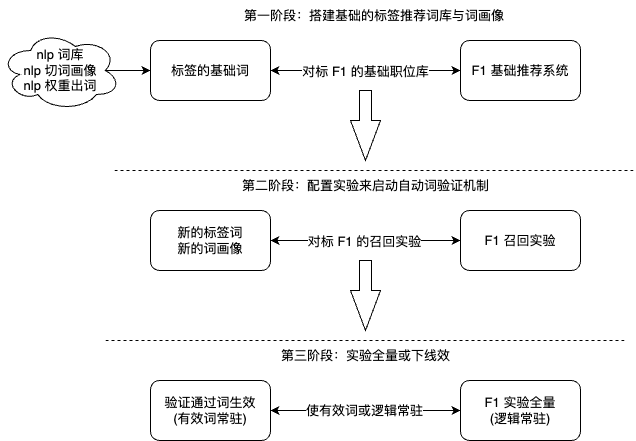
liujunao/draw-data keeps this draw.io diagram as work-draw-file/标签词分流方案.png. Above is the earlier version. Source tidied: cells renumbered, new cells last; positions are measured from the earlier drawing's top-left corner, leaving out a move shared by most shapes.
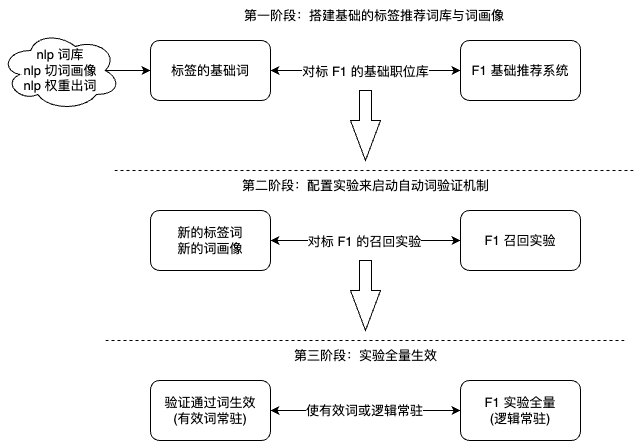
The same file after the commit.

Commit message:
更新标签词分流方案.png

Diff of the diagram source:
```diff
@@ -50,7 +50,7 @@
     <mxCell id="15" style="html=1;shadow=0;dashed=0;align=center;verticalAlign=middle;shape=mxgraph.arrows2.arrow;dy=0.6;dx=40;direction=south;notch=0;" parent="1" vertex="1">
       <mxGeometry x="350" y="260" width="30" height="70" as="geometry" />
     </mxCell>
-    <mxCell id="16" value="第三阶段：实验全量或下线效" style="text;html=1;strokeColor=none;fillColor=none;align=center;verticalAlign=middle;whiteSpace=wrap;rounded=0;" parent="1" vertex="1">
+    <mxCell id="16" value="第三阶段：实验全量生效" style="text;html=1;strokeColor=none;fillColor=none;align=center;verticalAlign=middle;whiteSpace=wrap;rounded=0;" parent="1" vertex="1">
       <mxGeometry x="222.5" y="340" width="285" height="30" as="geometry" />
     </mxCell>
     <mxCell id="17" style="edgeStyle=orthogonalEdgeStyle;rounded=0;jettySize=auto;html=1;exitX=0.875;exitY=0.5;exitDx=0;exitDy=0;exitPerimeter=0;entryX=0;entryY=0.5;entryDx=0;entryDy=0;" parent="1" edge="1" source="18" target="2">
```
